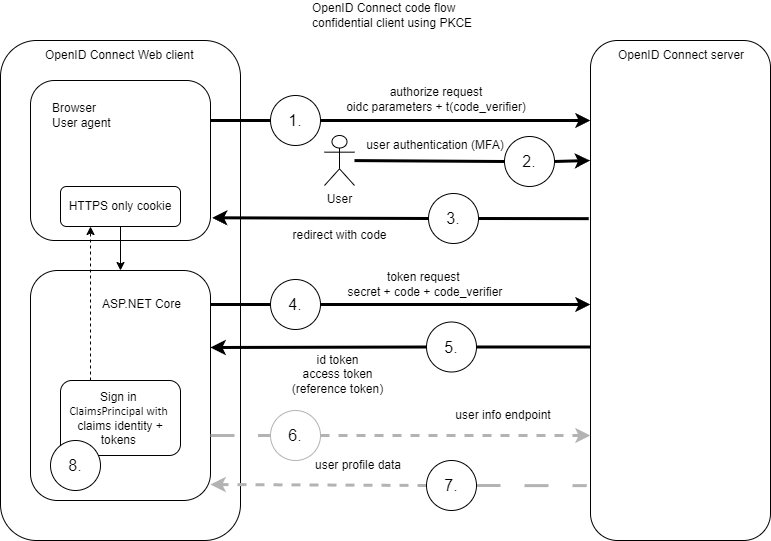
This is aspnetcore/security/authentication/configure-oidc-web-authentication/_static/oidc-confidential-pkce-flow-drawio.png from dotnet/AspNetCore.Docs, a draw.io export, as it was before one commit. Source tidied: cells renumbered, new cells last; positions are measured from the earlier drawing's top-left corner, leaving out a move shared by most shapes.
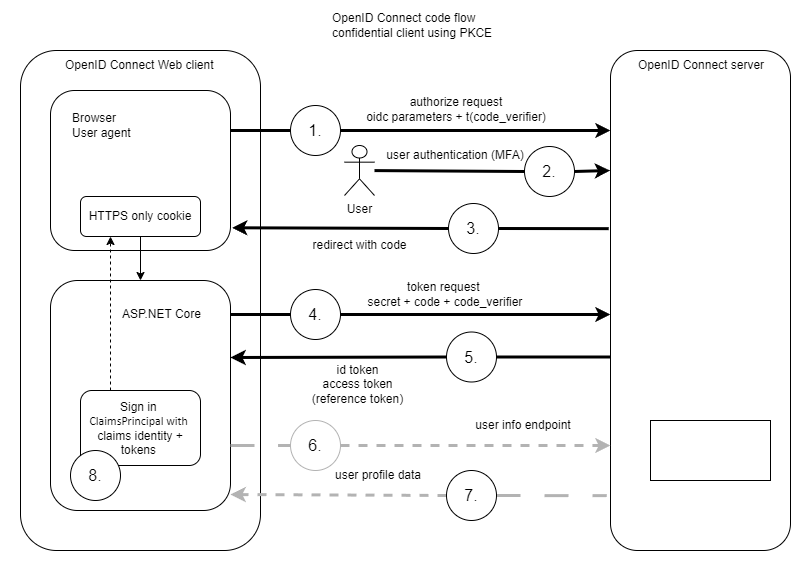
Above is the later version.

The edit, as a diff of the source:
```diff
@@ -2,6 +2,9 @@
   <root>
     <mxCell id="0" />
     <mxCell id="1" parent="0" />
+    <mxCell id="45" style="rounded=0;whiteSpace=wrap;html=1;strokeWidth=0;strokeColor=#FFFFFF;" parent="1" vertex="1">
+      <mxGeometry x="-20" y="-10" width="800" height="580" as="geometry" />
+    </mxCell>
     <mxCell id="2" style="rounded=1;whiteSpace=wrap;html=1;" parent="1" vertex="1">
       <mxGeometry y="40" width="240" height="500" as="geometry" />
     </mxCell>
@@ -151,5 +154,8 @@
     <mxCell id="44" value="&lt;font style=&quot;font-size: 16px;&quot;&gt;8.&lt;/font&gt;" style="ellipse;whiteSpace=wrap;html=1;" parent="1" vertex="1">
       <mxGeometry x="50" y="440" width="50" height="50" as="geometry" />
     </mxCell>
+    <mxCell id="46" style="rounded=0;whiteSpace=wrap;html=1;" parent="1" vertex="1">
+      <mxGeometry x="630" y="410" width="120" height="60" as="geometry" />
+    </mxCell>
   </root>
 </mxGraphModel>
```
